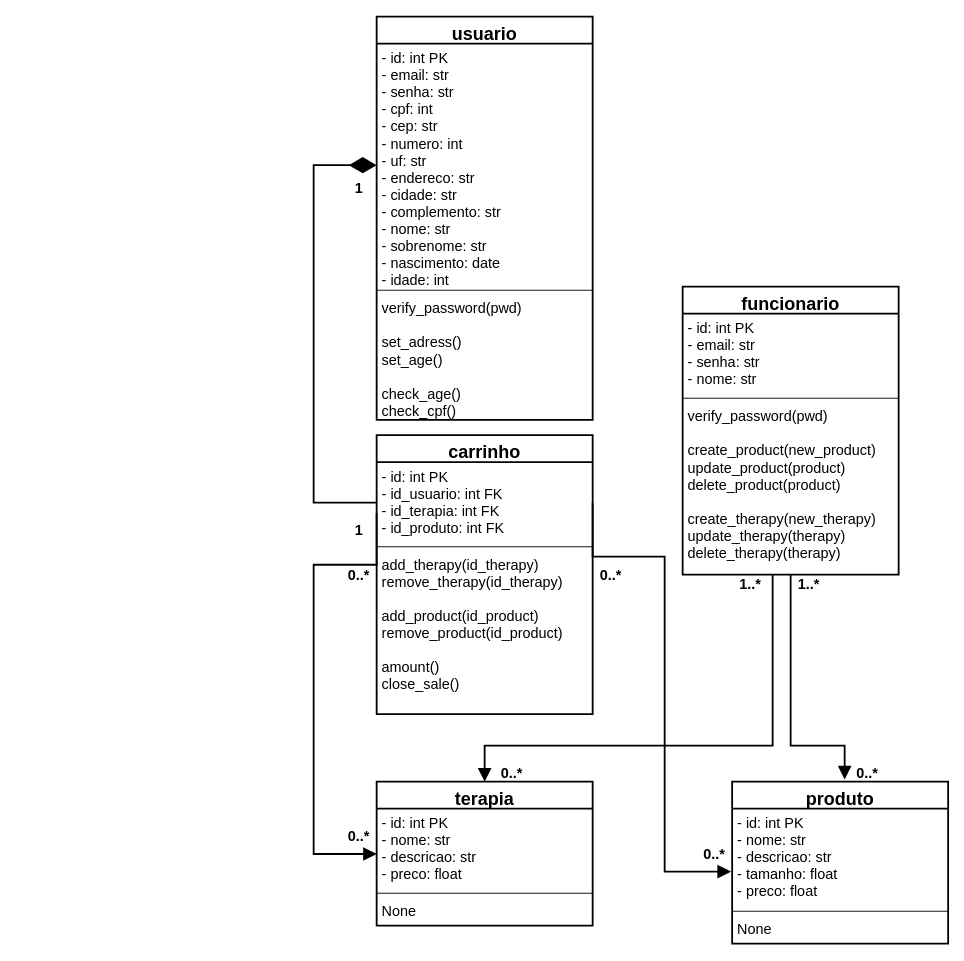
terrotar/OPE keeps this draw.io diagram as page "UML" (1 of 3) of Documents/UML-Diagramas.drawio. Above is the earlier version. Source tidied: cells renumbered, new cells numbered last; positions are measured from the earlier drawing's top-left corner, leaving out a move shared by most shapes. Both pictures are drawn from the tidied source at 90%, with x=0, y=0 at pixel (313, 16).
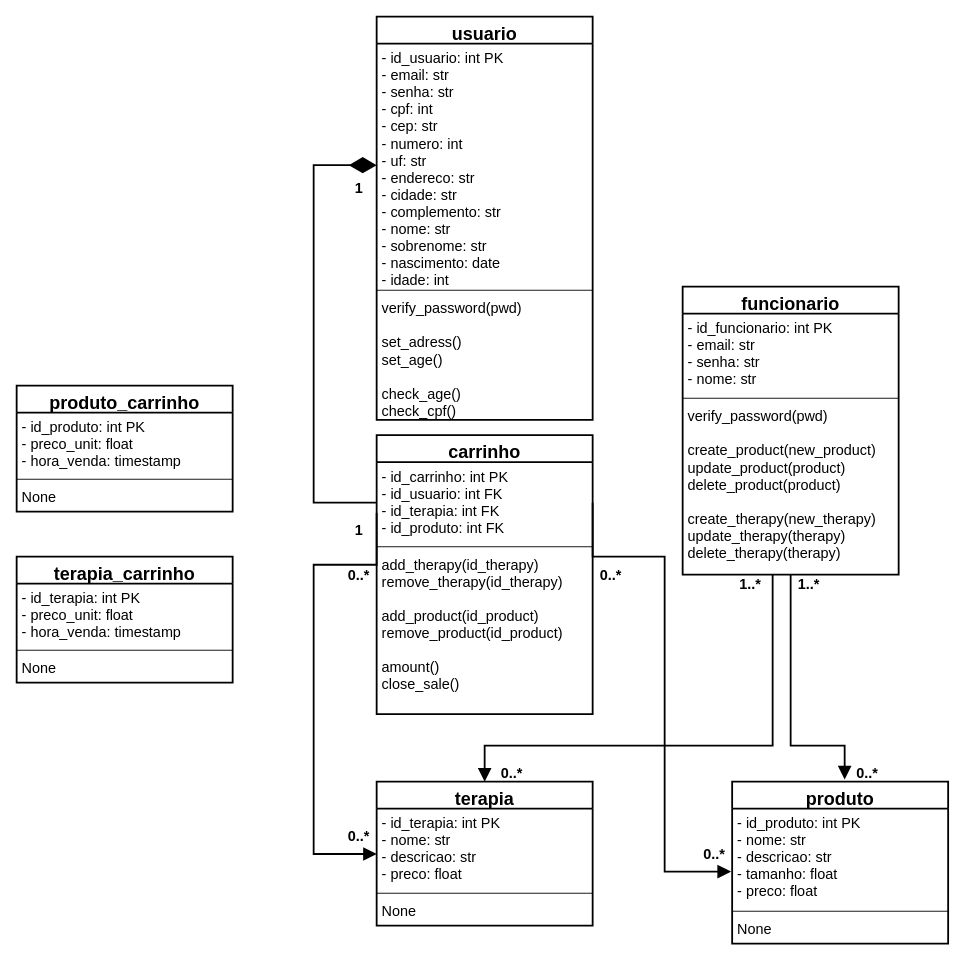
After the change.

Commit message (it also covers changes not shown here):
Atualizado script do banco de dados e UML.

The change refers to these unchanged cells:
```xml
<mxCell id="2" value="usuario" style="swimlane;fontStyle=1;align=center;verticalAlign=top;horizontal=1;startSize=30;strokeWidth=2;fontSize=20;" parent="1" vertex="1">
  <mxGeometry x="70" width="240" height="448" as="geometry" />
</mxCell>
<mxCell id="8" value="funcionario" style="swimlane;fontStyle=1;align=center;verticalAlign=top;horizontal=1;startSize=30;strokeWidth=2;fontSize=20;" parent="1" vertex="1">
  <mxGeometry x="410" y="300" width="240" height="320" as="geometry" />
</mxCell>
<mxCell id="12" value="produto" style="swimlane;fontStyle=1;align=center;verticalAlign=top;horizontal=1;startSize=30;strokeWidth=2;fontSize=20;" parent="1" vertex="1">
  <mxGeometry x="465" y="850" width="240" height="180" as="geometry" />
</mxCell>
<mxCell id="16" value="terapia" style="swimlane;fontStyle=1;align=center;verticalAlign=top;horizontal=1;startSize=30;strokeWidth=2;fontSize=20;" parent="1" vertex="1">
  <mxGeometry x="70" y="850" width="240" height="160" as="geometry" />
</mxCell>
<mxCell id="20" value="carrinho" style="swimlane;fontStyle=1;align=center;verticalAlign=top;horizontal=1;startSize=30;strokeWidth=2;fontSize=20;" parent="1" vertex="1">
  <mxGeometry x="70" y="465" width="240" height="310" as="geometry" />
</mxCell>
```

Change to the diagram source:
```diff
@@
-    <mxCell id="3" value="- id: int PK&#10;- email: str&#10;- senha: str&#10;- cpf: int&#10;- cep: str&#10;- numero: int&#10;- uf: str&#10;- endereco: str&#10;- cidade: str&#10;- complemento: str&#10;- nome: str&#10;- sobrenome: str&#10;- nascimento: date&#10;- idade: int" style="text;strokeColor=none;fillColor=none;align=left;verticalAlign=top;spacingLeft=4;spacingRight=4;overflow=hidden;fontSize=16;" parent="2" vertex="1">
+    <mxCell id="3" value="- id_usuario: int PK&#10;- email: str&#10;- senha: str&#10;- cpf: int&#10;- cep: str&#10;- numero: int&#10;- uf: str&#10;- endereco: str&#10;- cidade: str&#10;- complemento: str&#10;- nome: str&#10;- sobrenome: str&#10;- nascimento: date&#10;- idade: int" style="text;strokeColor=none;fillColor=none;align=left;verticalAlign=top;spacingLeft=4;spacingRight=4;overflow=hidden;fontSize=16;" parent="2" vertex="1">
       <mxGeometry y="30" width="240" height="270" as="geometry" />
     </mxCell>
@@
-    <mxCell id="9" value="- id: int PK&#10;- email: str&#10;- senha: str&#10;- nome: str" style="text;strokeColor=none;fillColor=none;align=left;verticalAlign=top;spacingLeft=4;spacingRight=4;overflow=hidden;fontSize=16;" parent="8" vertex="1">
+    <mxCell id="9" value="- id_funcionario: int PK&#10;- email: str&#10;- senha: str&#10;- nome: str" style="text;strokeColor=none;fillColor=none;align=left;verticalAlign=top;spacingLeft=4;spacingRight=4;overflow=hidden;fontSize=16;" parent="8" vertex="1">
       <mxGeometry y="30" width="240" height="90" as="geometry" />
     </mxCell>
@@
-    <mxCell id="13" value="- id: int PK&#10;- nome: str&#10;- descricao: str&#10;- tamanho: float&#10;- preco: float" style="text;strokeColor=none;fillColor=none;align=left;verticalAlign=top;spacingLeft=4;spacingRight=4;overflow=hidden;points=[[0,0.5],[1,0.5]];portConstraint=eastwest;fontSize=16;" parent="12" vertex="1">
+    <mxCell id="13" value="- id_produto: int PK&#10;- nome: str&#10;- descricao: str&#10;- tamanho: float&#10;- preco: float" style="text;strokeColor=none;fillColor=none;align=left;verticalAlign=top;spacingLeft=4;spacingRight=4;overflow=hidden;points=[[0,0.5],[1,0.5]];portConstraint=eastwest;fontSize=16;" parent="12" vertex="1">
       <mxGeometry y="30" width="240" height="110" as="geometry" />
     </mxCell>
@@
-    <mxCell id="17" value="- id: int PK&#10;- nome: str&#10;- descricao: str&#10;- preco: float&#10;" style="text;strokeColor=none;fillColor=none;align=left;verticalAlign=top;spacingLeft=4;spacingRight=4;overflow=hidden;points=[[0,0.5],[1,0.5]];portConstraint=eastwest;fontSize=16;" parent="16" vertex="1">
+    <mxCell id="17" value="- id_terapia: int PK&#10;- nome: str&#10;- descricao: str&#10;- preco: float&#10;" style="text;strokeColor=none;fillColor=none;align=left;verticalAlign=top;spacingLeft=4;spacingRight=4;overflow=hidden;points=[[0,0.5],[1,0.5]];portConstraint=eastwest;fontSize=16;" parent="16" vertex="1">
       <mxGeometry y="30" width="240" height="90" as="geometry" />
     </mxCell>
@@
-    <mxCell id="21" value="- id: int PK&#10;- id_usuario: int FK&#10;- id_terapia: int FK&#10;- id_produto: int FK" style="text;strokeColor=none;fillColor=none;align=left;verticalAlign=top;spacingLeft=4;spacingRight=4;overflow=hidden;points=[[0,0.5],[1,0.5]];portConstraint=eastwest;fontSize=16;" parent="20" vertex="1">
+    <mxCell id="21" value="- id_carrinho: int PK&#10;- id_usuario: int FK&#10;- id_terapia: int FK&#10;- id_produto: int FK" style="text;strokeColor=none;fillColor=none;align=left;verticalAlign=top;spacingLeft=4;spacingRight=4;overflow=hidden;points=[[0,0.5],[1,0.5]];portConstraint=eastwest;fontSize=16;" parent="20" vertex="1">
       <mxGeometry y="30" width="240" height="90" as="geometry" />
     </mxCell>
@@
+    <mxCell id="37" value="terapia_carrinho" style="swimlane;fontStyle=1;align=center;verticalAlign=top;horizontal=1;startSize=30;strokeWidth=2;fontSize=20;" parent="1" vertex="1">
+      <mxGeometry x="-330" y="600" width="240" height="140" as="geometry" />
+    </mxCell>
+    <mxCell id="38" value="- id_terapia: int PK&#10;- preco_unit: float&#10;- hora_venda: timestamp&#10;" style="text;strokeColor=none;fillColor=none;align=left;verticalAlign=top;spacingLeft=4;spacingRight=4;overflow=hidden;fontSize=16;" parent="37" vertex="1">
+      <mxGeometry y="30" width="240" height="70" as="geometry" />
+    </mxCell>
+    <mxCell id="39" style="line;strokeWidth=1;fillColor=none;align=left;verticalAlign=middle;spacingTop=-1;spacingLeft=3;spacingRight=3;labelPosition=right;" parent="37" vertex="1">
+      <mxGeometry y="100" width="240" height="8" as="geometry" />
+    </mxCell>
+    <mxCell id="40" value="None" style="text;strokeColor=none;fillColor=none;align=left;verticalAlign=top;spacingLeft=4;spacingRight=4;overflow=hidden;fontSize=16;" parent="37" vertex="1">
+      <mxGeometry y="108" width="240" height="32" as="geometry" />
+    </mxCell>
+    <mxCell id="41" value="produto_carrinho" style="swimlane;fontStyle=1;align=center;verticalAlign=top;horizontal=1;startSize=30;strokeWidth=2;fontSize=20;" parent="1" vertex="1">
+      <mxGeometry x="-330" y="410" width="240" height="140" as="geometry" />
+    </mxCell>
+    <mxCell id="42" value="- id_produto: int PK&#10;- preco_unit: float&#10;- hora_venda: timestamp" style="text;strokeColor=none;fillColor=none;align=left;verticalAlign=top;spacingLeft=4;spacingRight=4;overflow=hidden;fontSize=16;" parent="41" vertex="1">
+      <mxGeometry y="30" width="240" height="70" as="geometry" />
+    </mxCell>
+    <mxCell id="43" style="line;strokeWidth=1;fillColor=none;align=left;verticalAlign=middle;spacingTop=-1;spacingLeft=3;spacingRight=3;labelPosition=right;" parent="41" vertex="1">
+      <mxGeometry y="100" width="240" height="8" as="geometry" />
+    </mxCell>
+    <mxCell id="44" value="None" style="text;strokeColor=none;fillColor=none;align=left;verticalAlign=top;spacingLeft=4;spacingRight=4;overflow=hidden;fontSize=16;" parent="41" vertex="1">
+      <mxGeometry y="108" width="240" height="32" as="geometry" />
+    </mxCell>
```
